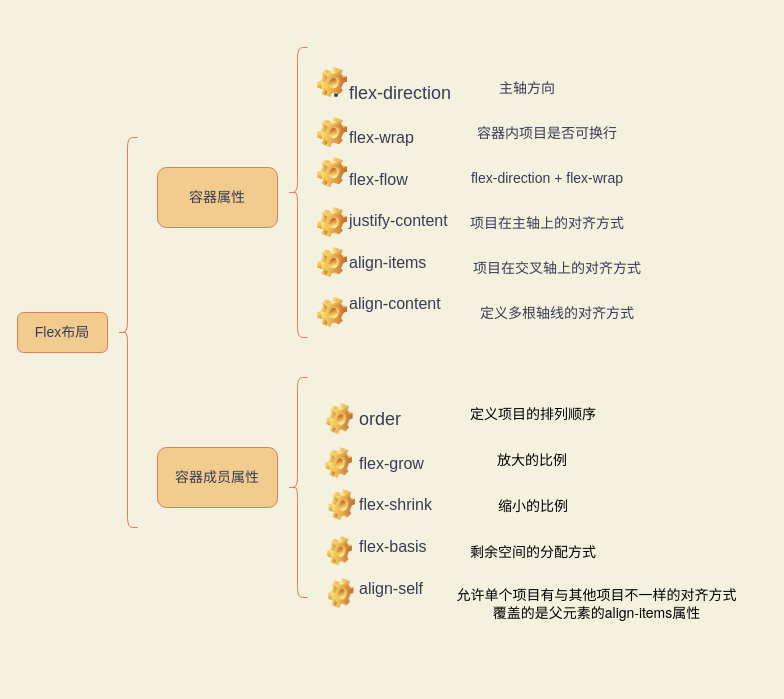
Before: flex布局.drawio in qw-null/drawio, a draw.io diagram. Source tidied: cells renumbered, new cells numbered last; positions are measured from the earlier drawing's top-left corner, leaving out a move shared by most shapes. Both pictures are drawn from the tidied source at 100%, with x=0, y=0 at pixel (17, 17).
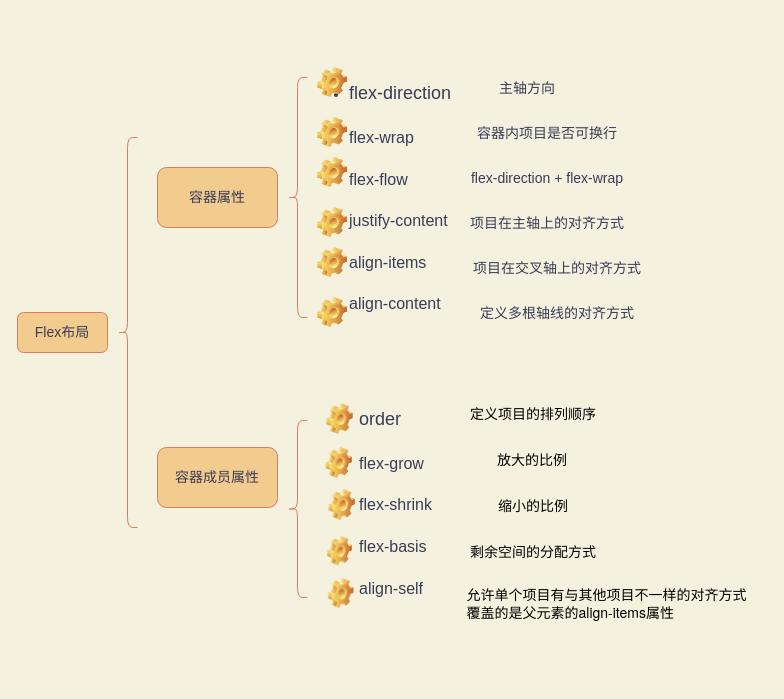
Above is the later version.

Diff of the diagram source:
```diff
@@
     <mxCell id="6" style="shape=curlyBracket;whiteSpace=wrap;html=1;rounded=1;fontSize=14;fontColor=#393C56;strokeColor=#E07A5F;fillColor=#F2CC8F;" parent="1" vertex="1">
-      <mxGeometry x="270" y="30" width="20" height="290" as="geometry" />
+      <mxGeometry x="270" y="60" width="20" height="240" as="geometry" />
     </mxCell>
@@
     <mxCell id="20" style="shape=curlyBracket;whiteSpace=wrap;html=1;rounded=1;fontSize=14;fontColor=#393C56;strokeColor=#E07A5F;fillColor=#F2CC8F;" parent="1" vertex="1">
-      <mxGeometry x="270" y="360" width="20" height="220" as="geometry" />
+      <mxGeometry x="270" y="403" width="20" height="177" as="geometry" />
     </mxCell>
@@
-    <mxCell id="31" value="&lt;span style=&quot;caret-color: rgb(0, 0, 0); color: rgb(0, 0, 0); font-family: -apple-system-font, &amp;quot;Helvetica Neue&amp;quot;, sans-serif; text-align: start; text-size-adjust: auto;&quot;&gt;允许单个项目有与其他项目不一样的对齐方式&lt;br&gt;覆盖的是父元素的align-items属性&lt;br&gt;&lt;/span&gt;" style="text;html=1;strokeColor=none;fillColor=none;align=center;verticalAlign=middle;whiteSpace=wrap;rounded=0;fontSize=14;fontColor=#393C56;" parent="1" vertex="1">
-      <mxGeometry x="420" y="561" width="319" height="49" as="geometry" />
+    <mxCell id="31" value="&lt;div style=&quot;text-align: left;&quot;&gt;&lt;span style=&quot;color: rgb(0, 0, 0); font-family: -apple-system-font, &amp;quot;Helvetica Neue&amp;quot;, sans-serif; caret-color: rgb(0, 0, 0); background-color: initial;&quot;&gt;允许单个项目有与其他项目不一样的对齐方式&lt;/span&gt;&lt;/div&gt;&lt;span style=&quot;caret-color: rgb(0, 0, 0); color: rgb(0, 0, 0); font-family: -apple-system-font, &amp;quot;Helvetica Neue&amp;quot;, sans-serif; text-size-adjust: auto;&quot;&gt;&lt;div style=&quot;text-align: left;&quot;&gt;&lt;span style=&quot;background-color: initial;&quot;&gt;覆盖的是父元素的align-items属性&lt;/span&gt;&lt;/div&gt;&lt;/span&gt;" style="text;html=1;strokeColor=none;fillColor=none;align=center;verticalAlign=middle;whiteSpace=wrap;rounded=0;fontSize=14;fontColor=#393C56;" parent="1" vertex="1">
+      <mxGeometry x="430" y="561" width="319" height="49" as="geometry" />
     </mxCell>
```
